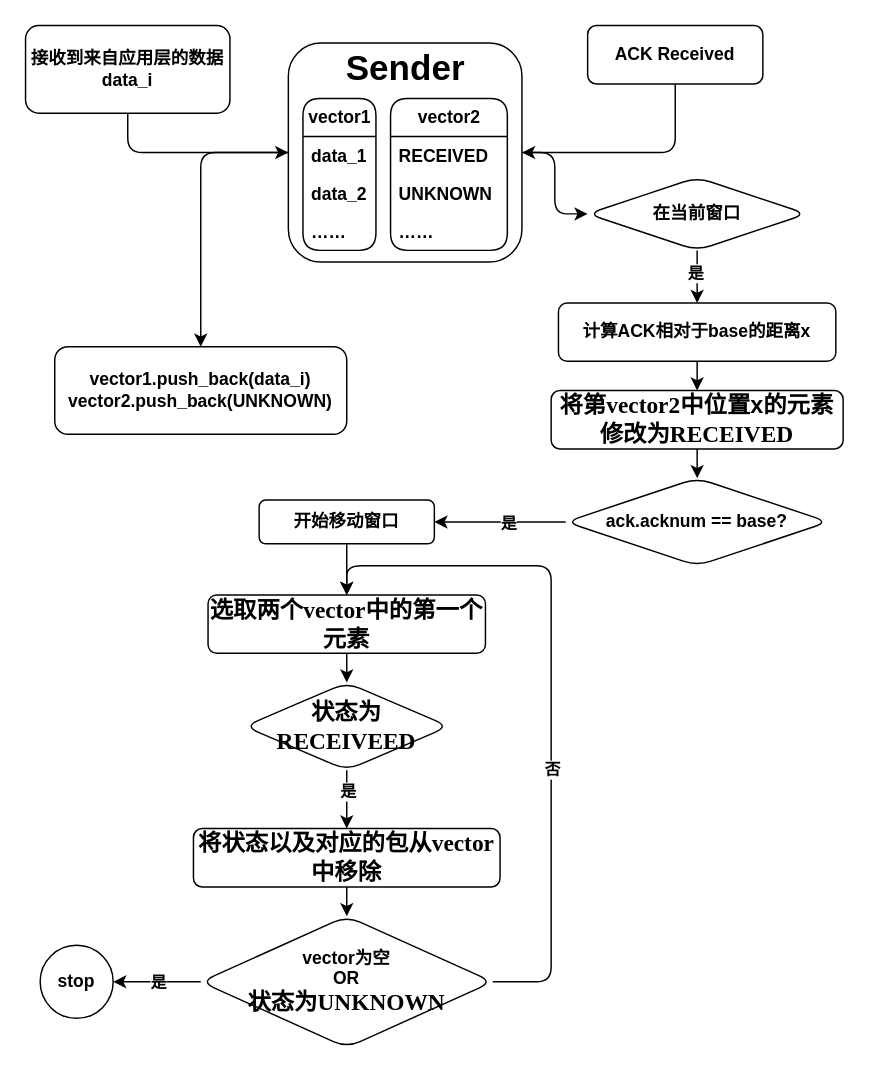
Before: draw.io/Untitled Diagram.drawio in SleepyLGod/images, a draw.io diagram. Source tidied: cells renumbered, new cells numbered last; positions are measured from the earlier drawing's top-left corner, leaving out a move shared by most shapes. Both pictures are drawn from the tidied source at 146%, with x=0, y=0 at pixel (25, 25).
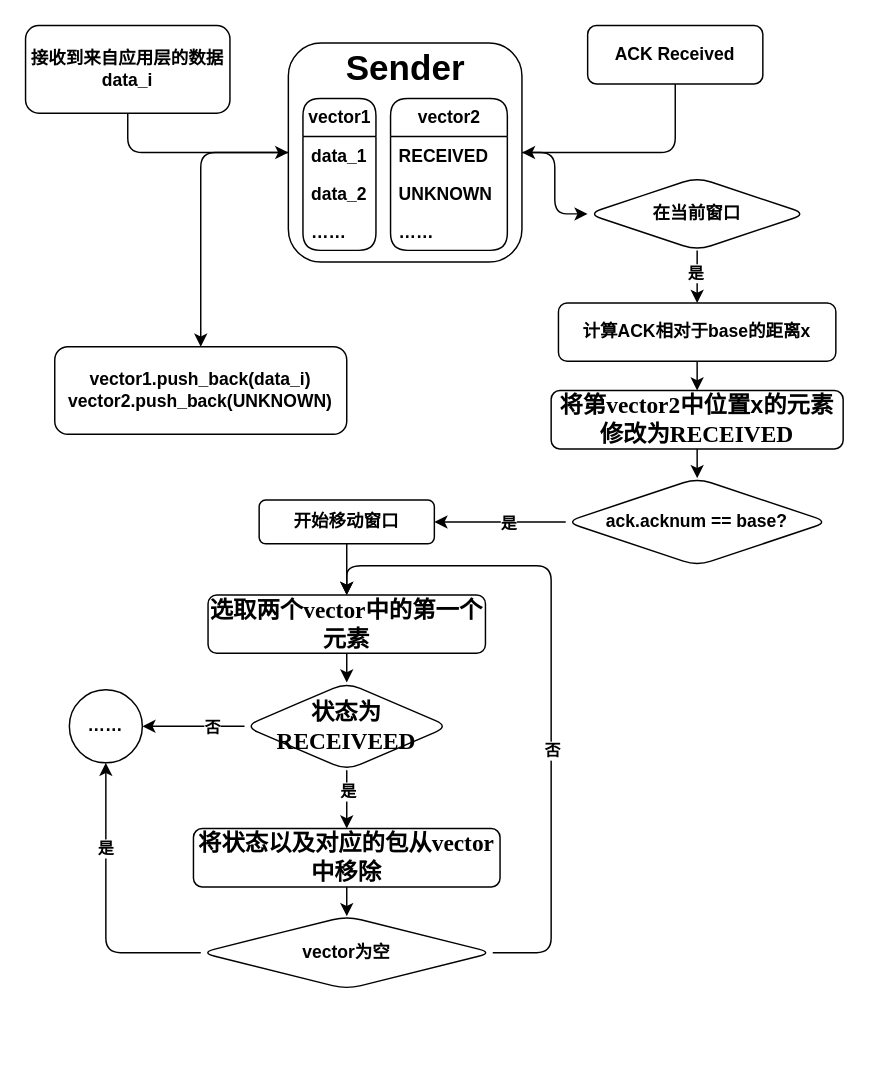
After the change.

Unchanged cells that the change refers to:
```xml
<mxCell id="32" value="&lt;span style=&quot;font-size:12.0pt;mso-bidi-font-size:10.0pt;&lt;br/&gt;font-family:宋体;mso-ascii-font-family:&amp;quot;Times New Roman&amp;quot;;mso-hansi-font-family:&lt;br/&gt;&amp;quot;Times New Roman&amp;quot;;mso-bidi-font-family:&amp;quot;Times New Roman&amp;quot;;mso-font-kerning:1.0pt;&lt;br/&gt;mso-ansi-language:EN-US;mso-fareast-language:ZH-CN;mso-bidi-language:AR-SA&quot;&gt;选取两个&lt;/span&gt;&lt;span style=&quot;font-size:12.0pt;mso-bidi-font-size:10.0pt;font-family:&amp;quot;Times New Roman&amp;quot;,serif;&lt;br/&gt;mso-fareast-font-family:宋体;mso-font-kerning:1.0pt;mso-ansi-language:EN-US;&lt;br/&gt;mso-fareast-language:ZH-CN;mso-bidi-language:AR-SA&quot; lang=&quot;EN-US&quot;&gt;vector&lt;/span&gt;&lt;span style=&quot;font-size:12.0pt;mso-bidi-font-size:10.0pt;font-family:宋体;mso-ascii-font-family:&lt;br/&gt;&amp;quot;Times New Roman&amp;quot;;mso-hansi-font-family:&amp;quot;Times New Roman&amp;quot;;mso-bidi-font-family:&lt;br/&gt;&amp;quot;Times New Roman&amp;quot;;mso-font-kerning:1.0pt;mso-ansi-language:EN-US;mso-fareast-language:&lt;br/&gt;ZH-CN;mso-bidi-language:AR-SA&quot;&gt;中的第一个元素&lt;/span&gt;" style="whiteSpace=wrap;html=1;rounded=1;fontStyle=1;" parent="1" vertex="1">
  <mxGeometry x="125" y="390" width="190" height="40" as="geometry" />
</mxCell>
<mxCell id="35" value="&lt;span style=&quot;font-size:12.0pt;mso-bidi-font-size:10.0pt;&lt;br/&gt;font-family:宋体;mso-ascii-font-family:&amp;quot;Times New Roman&amp;quot;;mso-hansi-font-family:&lt;br/&gt;&amp;quot;Times New Roman&amp;quot;;mso-bidi-font-family:&amp;quot;Times New Roman&amp;quot;;mso-font-kerning:1.0pt;&lt;br/&gt;mso-ansi-language:EN-US;mso-fareast-language:ZH-CN;mso-bidi-language:AR-SA&quot;&gt;状态为&lt;/span&gt;&lt;span style=&quot;font-size:12.0pt;mso-bidi-font-size:10.0pt;font-family:&amp;quot;Times New Roman&amp;quot;,serif;&lt;br/&gt;mso-fareast-font-family:宋体;mso-font-kerning:1.0pt;mso-ansi-language:EN-US;&lt;br/&gt;mso-fareast-language:ZH-CN;mso-bidi-language:AR-SA&quot; lang=&quot;EN-US&quot;&gt;RECEIVEED&lt;/span&gt;" style="rhombus;whiteSpace=wrap;html=1;rounded=1;fontStyle=1;" parent="1" vertex="1">
  <mxGeometry x="150" y="450" width="140" height="60" as="geometry" />
</mxCell>
```

What changed in the source:
```diff
@@
+    <mxCell id="44" style="edgeStyle=orthogonalEdgeStyle;rounded=1;jettySize=auto;html=1;exitX=0;exitY=0.5;exitDx=0;exitDy=0;entryX=1;entryY=0.5;entryDx=0;entryDy=0;fontStyle=1;" parent="1" edge="1" source="35" target="43">
+      <mxGeometry relative="1" as="geometry" />
+    </mxCell>
+    <mxCell id="45" value="否" style="edgeLabel;html=1;align=center;verticalAlign=middle;fontStyle=1;rounded=1;" parent="44" vertex="1">
+      <mxGeometry x="-0.35" relative="1" as="geometry" />
+    </mxCell>
@@
     <mxCell id="38" style="edgeStyle=orthogonalEdgeStyle;jettySize=auto;html=1;exitX=1;exitY=0.5;exitDx=0;exitDy=0;entryX=0.5;entryY=0;entryDx=0;entryDy=0;fontStyle=1;" parent="1" edge="1" source="42" target="32">
       <mxGeometry relative="1" as="geometry">
         <Array as="points">
-          <mxPoint x="360" y="655" />
+          <mxPoint x="360" y="635" />
           <mxPoint x="360" y="370" />
           <mxPoint x="220" y="370" />
         </Array>
       </mxGeometry>
     </mxCell>
@@
-    <mxCell id="40" style="edgeStyle=orthogonalEdgeStyle;jettySize=auto;html=1;exitX=0;exitY=0.5;exitDx=0;exitDy=0;entryX=1;entryY=0.5;entryDx=0;entryDy=0;fontStyle=1;" parent="1" edge="1" source="42" target="43">
+    <mxCell id="40" style="edgeStyle=orthogonalEdgeStyle;rounded=1;jettySize=auto;html=1;exitX=0;exitY=0.5;exitDx=0;exitDy=0;entryX=0.5;entryY=1;entryDx=0;entryDy=0;fontStyle=1;" parent="1" edge="1" source="42" target="43">
       <mxGeometry relative="1" as="geometry" />
     </mxCell>
-    <mxCell id="41" value="是" style="edgeLabel;html=1;align=center;verticalAlign=middle;rounded=1;fontStyle=1;" parent="40" vertex="1">
-      <mxGeometry x="0.22" y="-2" relative="1" as="geometry">
-        <mxPoint x="7" y="2" as="offset" />
-      </mxGeometry>
+    <mxCell id="41" value="是" style="edgeLabel;html=1;align=center;verticalAlign=middle;fontStyle=1;rounded=1;" parent="40" vertex="1">
+      <mxGeometry x="0.41" y="1" relative="1" as="geometry" />
     </mxCell>
-    <mxCell id="42" value="vector为空&lt;br&gt;OR&lt;br&gt;&lt;span style=&quot;font-size:12.0pt;mso-bidi-font-size:10.0pt;&lt;br/&gt;font-family:宋体;mso-ascii-font-family:&amp;quot;Times New Roman&amp;quot;;mso-hansi-font-family:&lt;br/&gt;&amp;quot;Times New Roman&amp;quot;;mso-bidi-font-family:&amp;quot;Times New Roman&amp;quot;;mso-font-kerning:1.0pt;&lt;br/&gt;mso-ansi-language:EN-US;mso-fareast-language:ZH-CN;mso-bidi-language:AR-SA&quot;&gt;状态为&lt;/span&gt;&lt;span style=&quot;font-size:12.0pt;mso-bidi-font-size:10.0pt;font-family:&amp;quot;Times New Roman&amp;quot;,serif;&lt;br/&gt;mso-fareast-font-family:宋体;mso-font-kerning:1.0pt;mso-ansi-language:EN-US;&lt;br/&gt;mso-fareast-language:ZH-CN;mso-bidi-language:AR-SA&quot; lang=&quot;EN-US&quot;&gt;UNKNOWN&lt;/span&gt;" style="rhombus;whiteSpace=wrap;html=1;rounded=1;fontStyle=1;" parent="1" vertex="1">
-      <mxGeometry x="120" y="610" width="200" height="90" as="geometry" />
+    <mxCell id="42" value="vector为空" style="rhombus;whiteSpace=wrap;html=1;rounded=1;fontStyle=1;" parent="1" vertex="1">
+      <mxGeometry x="120" y="610" width="200" height="50" as="geometry" />
     </mxCell>
-    <mxCell id="43" value="stop" style="ellipse;whiteSpace=wrap;html=1;rounded=1;fontStyle=1;" parent="1" vertex="1">
-      <mxGeometry x="10" y="630" width="50" height="50" as="geometry" />
+    <mxCell id="43" value="……" style="ellipse;whiteSpace=wrap;html=1;rounded=1;fontStyle=1;" parent="1" vertex="1">
+      <mxGeometry x="30" y="455" width="50" height="50" as="geometry" />
     </mxCell>
```
